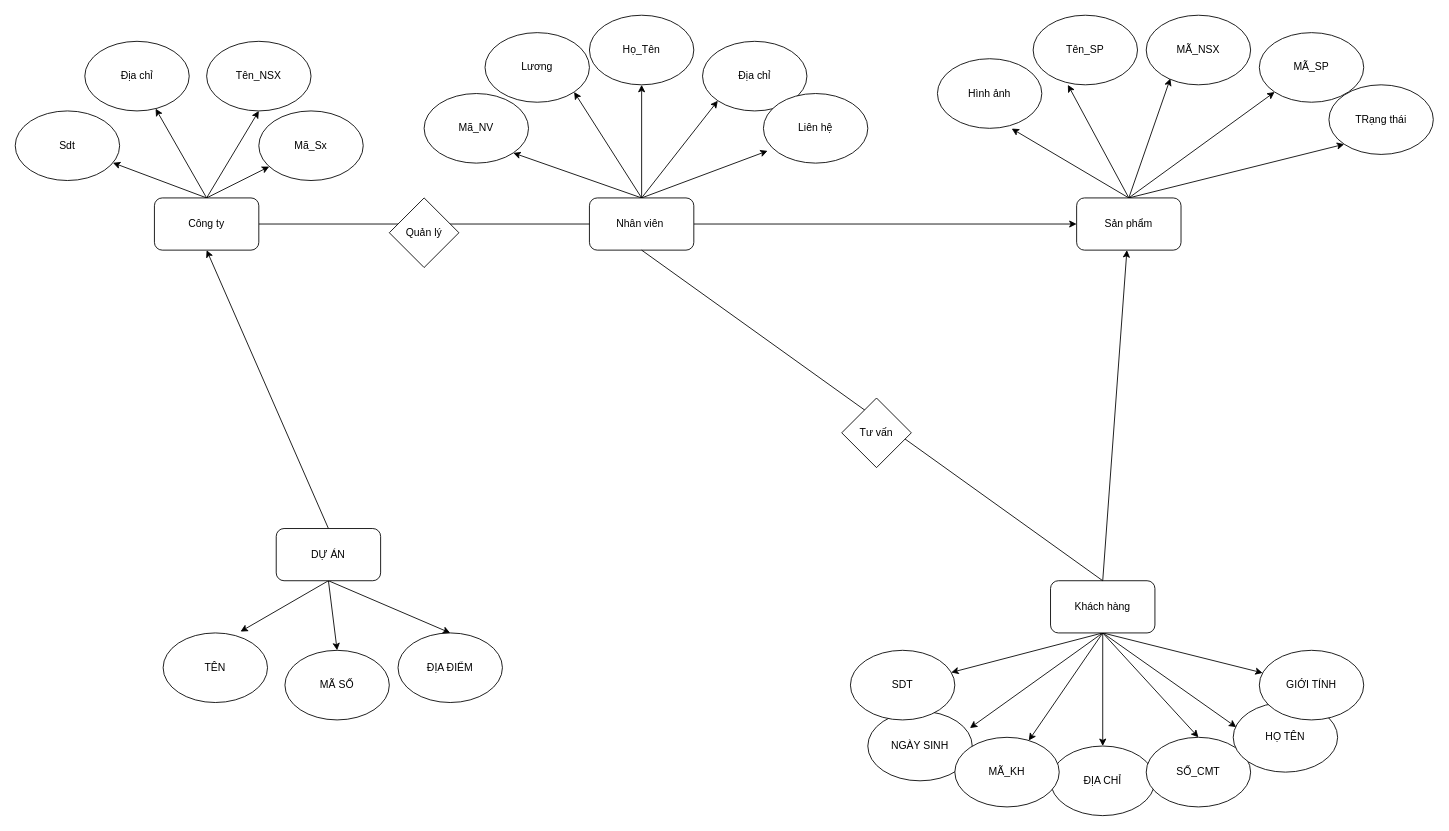
Above: Biểu đồ không có tiêu đề.drawio in Ngovantien11/ag (draw.io), before the change. Source tidied: cells renumbered, new cells numbered last; positions are measured from the earlier drawing's top-left corner, leaving out a move shared by most shapes. Both pictures are drawn from the tidied source at 87%, with x=0, y=0 at pixel (15, 15).
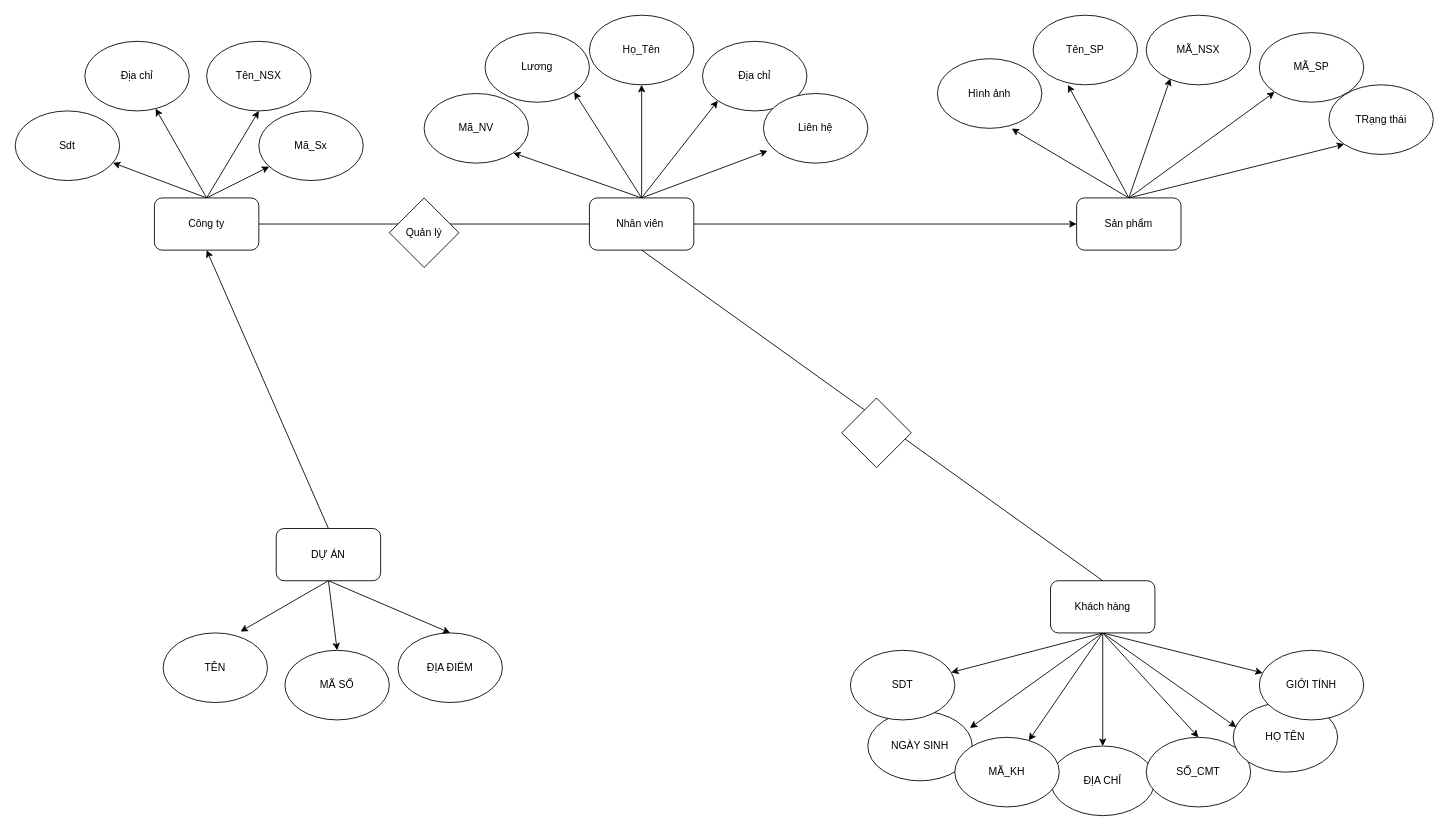
Above is the later version.

Commit message:
Cập nhật Biểu đồ không có tiêu đề.drawio

The change refers to these unchanged cells:
```xml
<mxCell id="21" value="Sản phẩm" style="rounded=1;whiteSpace=wrap;html=1;" parent="1" vertex="1">
  <mxGeometry x="1220" y="210" width="120" height="60" as="geometry" />
</mxCell>
<mxCell id="43" value="Khách hàng" style="rounded=1;whiteSpace=wrap;html=1;" parent="1" vertex="1">
  <mxGeometry x="1190" y="650" width="120" height="60" as="geometry" />
</mxCell>
```

What changed in the source:
```diff
@@
-    <mxCell id="42" style="edgeStyle=none;rounded=0;jettySize=auto;html=1;exitX=0.5;exitY=0;exitDx=0;exitDy=0;" parent="1" edge="1" source="43" target="21">
-      <mxGeometry relative="1" as="geometry" />
-    </mxCell>
@@
-    <mxCell id="61" value="Tư vấn" style="rhombus;whiteSpace=wrap;html=1;" parent="1" vertex="1">
+    <mxCell id="61" style="rhombus;whiteSpace=wrap;html=1;" parent="1" vertex="1">
       <mxGeometry x="950" y="440" width="80" height="80" as="geometry" />
     </mxCell>
```
